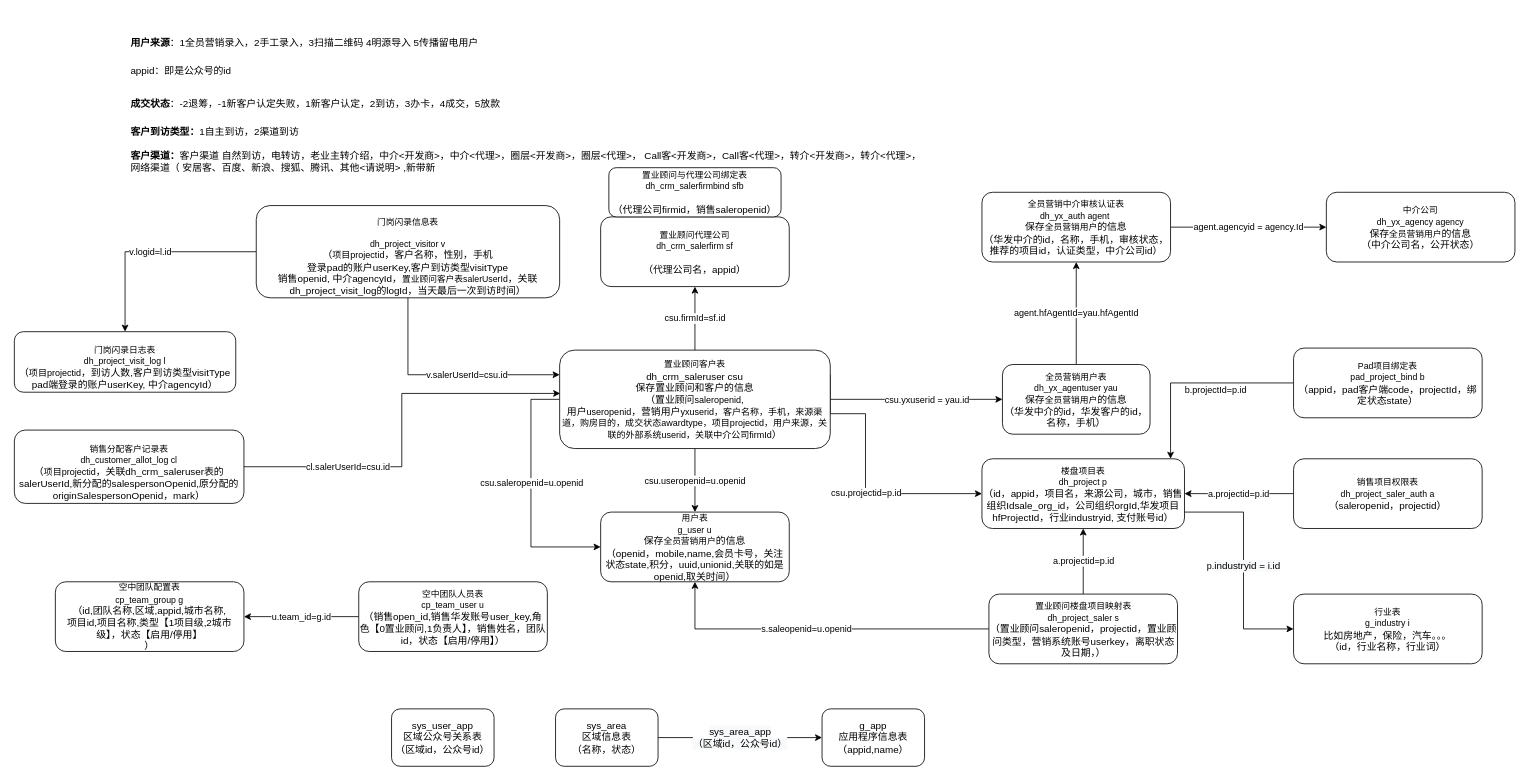
The draw.io diagram page "第 1 页" (1 of 2) of 移动案场.drawio in juesuchen/diagrams, before the edit. Source tidied: cells renumbered, new cells numbered last; positions are measured from the earlier drawing's top-left corner, leaving out a move shared by most shapes. Both pictures are drawn from the tidied source at 82%, with x=0, y=0 at pixel (14, 20).
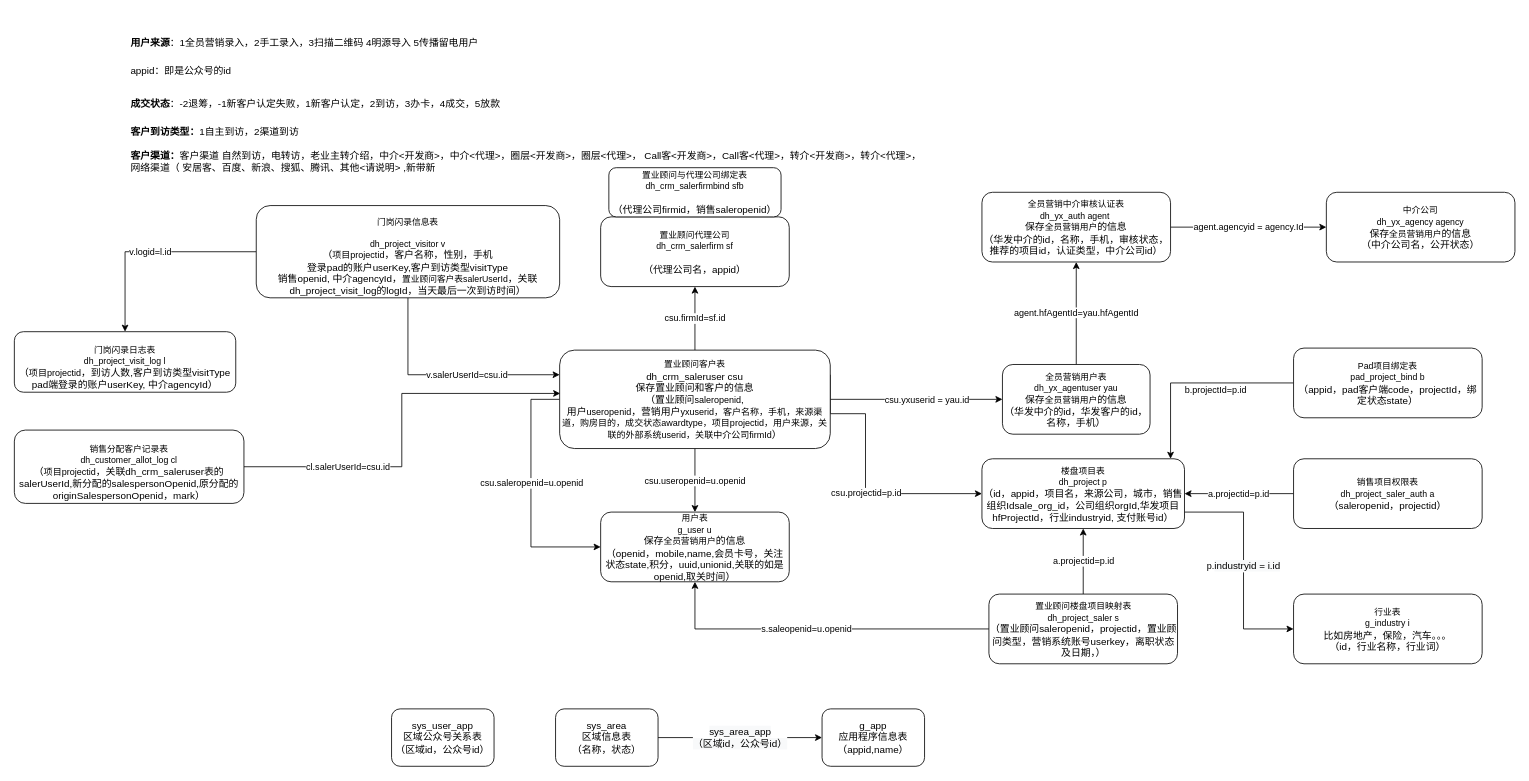
After the change.

Commit message:
更新移动案场.drawio

What changed in the source:
```diff
@@
-    <mxCell id="43" value="&lt;span style=&quot;font-size: 10.6667px&quot;&gt;空中团队配置表&lt;br&gt;&lt;/span&gt;&lt;span style=&quot;font-size: 8pt&quot;&gt;cp_team_group g&lt;/span&gt;&lt;br&gt;（id,团队名称,区域,appid,城市名称,&lt;br&gt;项目id,项目名称,类型【1项目级,2城市级】，状态【启用/停用】&lt;br&gt;）" style="rounded=1;whiteSpace=wrap;html=1;" parent="1" vertex="1">
-      <mxGeometry x="50" y="685" width="230" height="85" as="geometry" />
-    </mxCell>
-    <mxCell id="44" value="u.team_id=g.id" style="edgeStyle=orthogonalEdgeStyle;rounded=0;jettySize=auto;html=1;entryX=1;entryY=0.5;entryDx=0;entryDy=0;" parent="1" edge="1" source="45" target="43">
-      <mxGeometry relative="1" as="geometry" />
-    </mxCell>
-    <mxCell id="45" value="&lt;span style=&quot;font-size: 10.6667px&quot;&gt;空中团队人员表&lt;/span&gt;&lt;br&gt;&lt;span style=&quot;font-size: 8pt&quot;&gt;cp_team_user u&lt;/span&gt;&lt;br&gt;（销售open_id,销售华发账号user_key,角色【0置业顾问,1负责人】，销售姓名，团队id，状态【启用/停用】）" style="rounded=1;whiteSpace=wrap;html=1;" parent="1" vertex="1">
-      <mxGeometry x="420" y="685" width="230" height="85" as="geometry" />
-    </mxCell>
```
